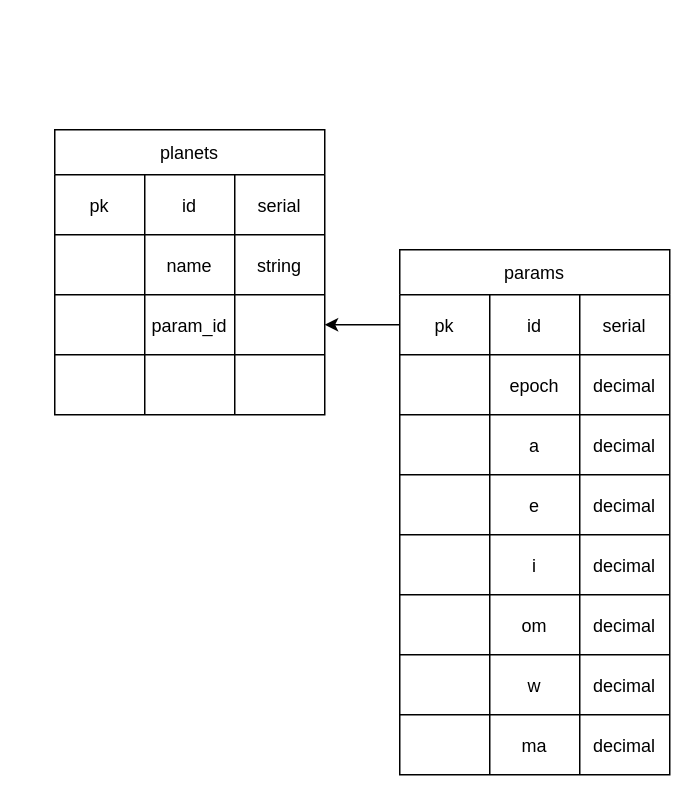
Above: test-app/planets.drawio in 01yuta24/other-language (draw.io), before the change. Source tidied: cells renumbered, new cells numbered last; positions are measured from the earlier drawing's top-left corner, leaving out a move shared by most shapes. Both pictures are drawn from the tidied source at 150%, with x=0, y=0 at pixel (54, 129).
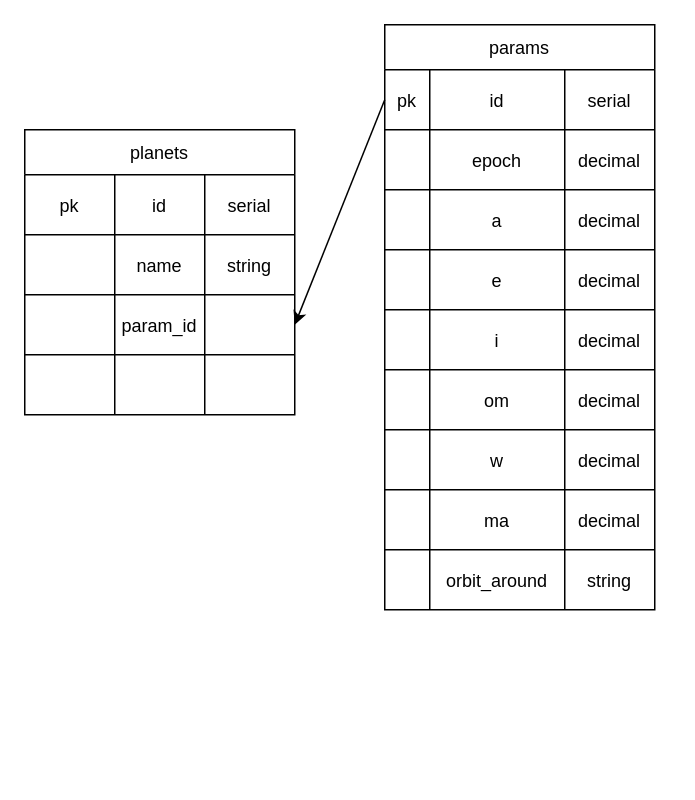
After the change.

The change refers to these unchanged cells:
```xml
<mxCell id="21" style="shape=tableRow;horizontal=0;startSize=0;swimlaneHead=0;swimlaneBody=0;top=0;left=0;bottom=0;right=0;fillColor=none;points=[[0,0.5],[1,0.5]];portConstraint=eastwest;labelBackgroundColor=default;" parent="20" vertex="1">
  <mxGeometry y="30" width="180" height="40" as="geometry" />
</mxCell>
<mxCell id="25" style="shape=tableRow;horizontal=0;startSize=0;swimlaneHead=0;swimlaneBody=0;top=0;left=0;bottom=0;right=0;fillColor=none;labelBackgroundColor=default;" parent="20" vertex="1">
  <mxGeometry y="70" width="180" height="40" as="geometry" />
</mxCell>
<mxCell id="29" style="shape=tableRow;horizontal=0;startSize=0;swimlaneHead=0;swimlaneBody=0;top=0;left=0;bottom=0;right=0;fillColor=none;labelBackgroundColor=default;" parent="20" vertex="1">
  <mxGeometry y="110" width="180" height="40" as="geometry" />
</mxCell>
<mxCell id="33" style="shape=tableRow;horizontal=0;startSize=0;swimlaneHead=0;swimlaneBody=0;top=0;left=0;bottom=0;right=0;fillColor=none;labelBackgroundColor=default;" parent="20" vertex="1">
  <mxGeometry y="150" width="180" height="40" as="geometry" />
</mxCell>
<mxCell id="37" style="shape=tableRow;horizontal=0;startSize=0;swimlaneHead=0;swimlaneBody=0;top=0;left=0;bottom=0;right=0;fillColor=none;labelBackgroundColor=default;" parent="20" vertex="1">
  <mxGeometry y="190" width="180" height="40" as="geometry" />
</mxCell>
<mxCell id="41" style="shape=tableRow;horizontal=0;startSize=0;swimlaneHead=0;swimlaneBody=0;top=0;left=0;bottom=0;right=0;fillColor=none;labelBackgroundColor=default;" parent="20" vertex="1">
  <mxGeometry y="230" width="180" height="40" as="geometry" />
</mxCell>
<mxCell id="45" style="shape=tableRow;horizontal=0;startSize=0;swimlaneHead=0;swimlaneBody=0;top=0;left=0;bottom=0;right=0;fillColor=none;labelBackgroundColor=default;" parent="20" vertex="1">
  <mxGeometry y="270" width="180" height="40" as="geometry" />
</mxCell>
<mxCell id="49" style="shape=tableRow;horizontal=0;startSize=0;swimlaneHead=0;swimlaneBody=0;top=0;left=0;bottom=0;right=0;fillColor=none;labelBackgroundColor=default;" parent="20" vertex="1">
  <mxGeometry y="310" width="180" height="40" as="geometry" />
</mxCell>
```

What changed in the source:
```diff
@@
     <mxCell id="3" value="planets" style="shape=table;startSize=30;childLayout=tableLayout;labelBackgroundColor=default;gradientColor=none;labelBorderColor=none;" parent="1" vertex="1">
-      <mxGeometry width="180" height="190" as="geometry" />
+      <mxGeometry x="-20" width="180" height="190" as="geometry" />
     </mxCell>
@@
     <mxCell id="20" value="params" style="shape=table;startSize=30;childLayout=tableLayout;strokeColor=default;fillColor=default;swimlaneLine=1;labelBackgroundColor=default;" parent="1" vertex="1">
-      <mxGeometry x="230" y="80" width="180" height="350" as="geometry" />
+      <mxGeometry x="220" y="-70" width="180" height="390" as="geometry" />
     </mxCell>
@@
     <mxCell id="22" value="pk" style="shape=partialRectangle;overflow=hidden;fillColor=none;top=0;left=0;bottom=0;right=0;labelBackgroundColor=default;" parent="21" vertex="1">
-      <mxGeometry width="60" height="40" as="geometry" />
+      <mxGeometry width="30" height="40" as="geometry" />
     </mxCell>
     <mxCell id="23" value="id" style="shape=partialRectangle;overflow=hidden;fillColor=none;top=0;left=0;bottom=0;right=0;labelBackgroundColor=default;" parent="21" vertex="1">
-      <mxGeometry x="60" width="60" height="40" as="geometry" />
+      <mxGeometry x="30" width="90" height="40" as="geometry" />
     </mxCell>
@@
     <mxCell id="26" style="shape=partialRectangle;overflow=hidden;fillColor=none;top=0;left=0;bottom=0;right=0;labelBackgroundColor=default;" parent="25" vertex="1">
-      <mxGeometry width="60" height="40" as="geometry" />
+      <mxGeometry width="30" height="40" as="geometry" />
     </mxCell>
     <mxCell id="27" value="epoch" style="shape=partialRectangle;overflow=hidden;fillColor=none;top=0;left=0;bottom=0;right=0;labelBackgroundColor=default;" parent="25" vertex="1">
-      <mxGeometry x="60" width="60" height="40" as="geometry" />
+      <mxGeometry x="30" width="90" height="40" as="geometry" />
     </mxCell>
@@
     <mxCell id="30" style="shape=partialRectangle;overflow=hidden;fillColor=none;top=0;left=0;bottom=0;right=0;labelBackgroundColor=default;" parent="29" vertex="1">
-      <mxGeometry width="60" height="40" as="geometry" />
+      <mxGeometry width="30" height="40" as="geometry" />
     </mxCell>
     <mxCell id="31" value="a" style="shape=partialRectangle;overflow=hidden;fillColor=none;top=0;left=0;bottom=0;right=0;labelBackgroundColor=default;" parent="29" vertex="1">
-      <mxGeometry x="60" width="60" height="40" as="geometry" />
+      <mxGeometry x="30" width="90" height="40" as="geometry" />
     </mxCell>
@@
     <mxCell id="34" style="shape=partialRectangle;overflow=hidden;fillColor=none;top=0;left=0;bottom=0;right=0;labelBackgroundColor=default;" parent="33" vertex="1">
-      <mxGeometry width="60" height="40" as="geometry" />
+      <mxGeometry width="30" height="40" as="geometry" />
     </mxCell>
     <mxCell id="35" value="e" style="shape=partialRectangle;overflow=hidden;fillColor=none;top=0;left=0;bottom=0;right=0;labelBackgroundColor=default;" parent="33" vertex="1">
-      <mxGeometry x="60" width="60" height="40" as="geometry" />
+      <mxGeometry x="30" width="90" height="40" as="geometry" />
     </mxCell>
@@
     <mxCell id="38" style="shape=partialRectangle;overflow=hidden;fillColor=none;top=0;left=0;bottom=0;right=0;labelBackgroundColor=default;" parent="37" vertex="1">
-      <mxGeometry width="60" height="40" as="geometry" />
+      <mxGeometry width="30" height="40" as="geometry" />
     </mxCell>
     <mxCell id="39" value="i" style="shape=partialRectangle;overflow=hidden;fillColor=none;top=0;left=0;bottom=0;right=0;labelBackgroundColor=default;" parent="37" vertex="1">
-      <mxGeometry x="60" width="60" height="40" as="geometry" />
+      <mxGeometry x="30" width="90" height="40" as="geometry" />
     </mxCell>
@@
     <mxCell id="42" style="shape=partialRectangle;overflow=hidden;fillColor=none;top=0;left=0;bottom=0;right=0;labelBackgroundColor=default;" parent="41" vertex="1">
-      <mxGeometry width="60" height="40" as="geometry" />
+      <mxGeometry width="30" height="40" as="geometry" />
     </mxCell>
     <mxCell id="43" value="om" style="shape=partialRectangle;overflow=hidden;fillColor=none;top=0;left=0;bottom=0;right=0;labelBackgroundColor=default;" parent="41" vertex="1">
-      <mxGeometry x="60" width="60" height="40" as="geometry" />
+      <mxGeometry x="30" width="90" height="40" as="geometry" />
     </mxCell>
@@
     <mxCell id="46" style="shape=partialRectangle;overflow=hidden;fillColor=none;top=0;left=0;bottom=0;right=0;labelBackgroundColor=default;" parent="45" vertex="1">
-      <mxGeometry width="60" height="40" as="geometry" />
+      <mxGeometry width="30" height="40" as="geometry" />
     </mxCell>
     <mxCell id="47" value="w" style="shape=partialRectangle;overflow=hidden;fillColor=none;top=0;left=0;bottom=0;right=0;labelBackgroundColor=default;" parent="45" vertex="1">
-      <mxGeometry x="60" width="60" height="40" as="geometry" />
+      <mxGeometry x="30" width="90" height="40" as="geometry" />
     </mxCell>
@@
     <mxCell id="50" style="shape=partialRectangle;overflow=hidden;fillColor=none;top=0;left=0;bottom=0;right=0;labelBackgroundColor=default;" parent="49" vertex="1">
-      <mxGeometry width="60" height="40" as="geometry" />
+      <mxGeometry width="30" height="40" as="geometry" />
     </mxCell>
     <mxCell id="51" value="ma" style="shape=partialRectangle;overflow=hidden;fillColor=none;top=0;left=0;bottom=0;right=0;labelBackgroundColor=default;" parent="49" vertex="1">
-      <mxGeometry x="60" width="60" height="40" as="geometry" />
+      <mxGeometry x="30" width="90" height="40" as="geometry" />
     </mxCell>
@@
+    <mxCell id="53" style="shape=tableRow;horizontal=0;startSize=0;swimlaneHead=0;swimlaneBody=0;top=0;left=0;bottom=0;right=0;fillColor=none;labelBackgroundColor=default;" parent="20" vertex="1">
+      <mxGeometry y="350" width="180" height="40" as="geometry" />
+    </mxCell>
+    <mxCell id="54" style="shape=partialRectangle;overflow=hidden;fillColor=none;top=0;left=0;bottom=0;right=0;labelBackgroundColor=default;" parent="53" vertex="1">
+      <mxGeometry width="30" height="40" as="geometry" />
+    </mxCell>
+    <mxCell id="55" value="orbit_around" style="shape=partialRectangle;overflow=hidden;fillColor=none;top=0;left=0;bottom=0;right=0;labelBackgroundColor=default;" parent="53" vertex="1">
+      <mxGeometry x="30" width="90" height="40" as="geometry" />
+    </mxCell>
+    <mxCell id="56" value="string" style="shape=partialRectangle;overflow=hidden;fillColor=none;top=0;left=0;bottom=0;right=0;fontColor=default;labelBackgroundColor=default;" parent="53" vertex="1">
+      <mxGeometry x="120" width="60" height="40" as="geometry" />
+    </mxCell>
```
